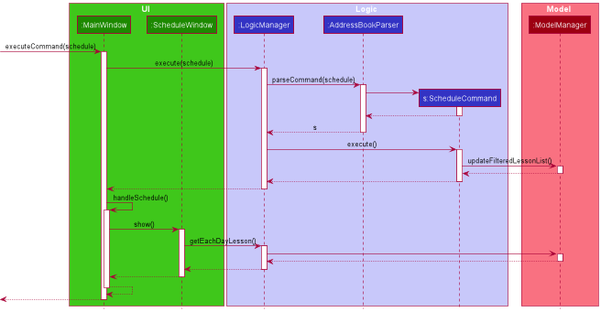
Above: docs/images/ScheduleSequenceDiagram.png in nus-cs2103-AY2021S2/tp (PlantUML), before the change.
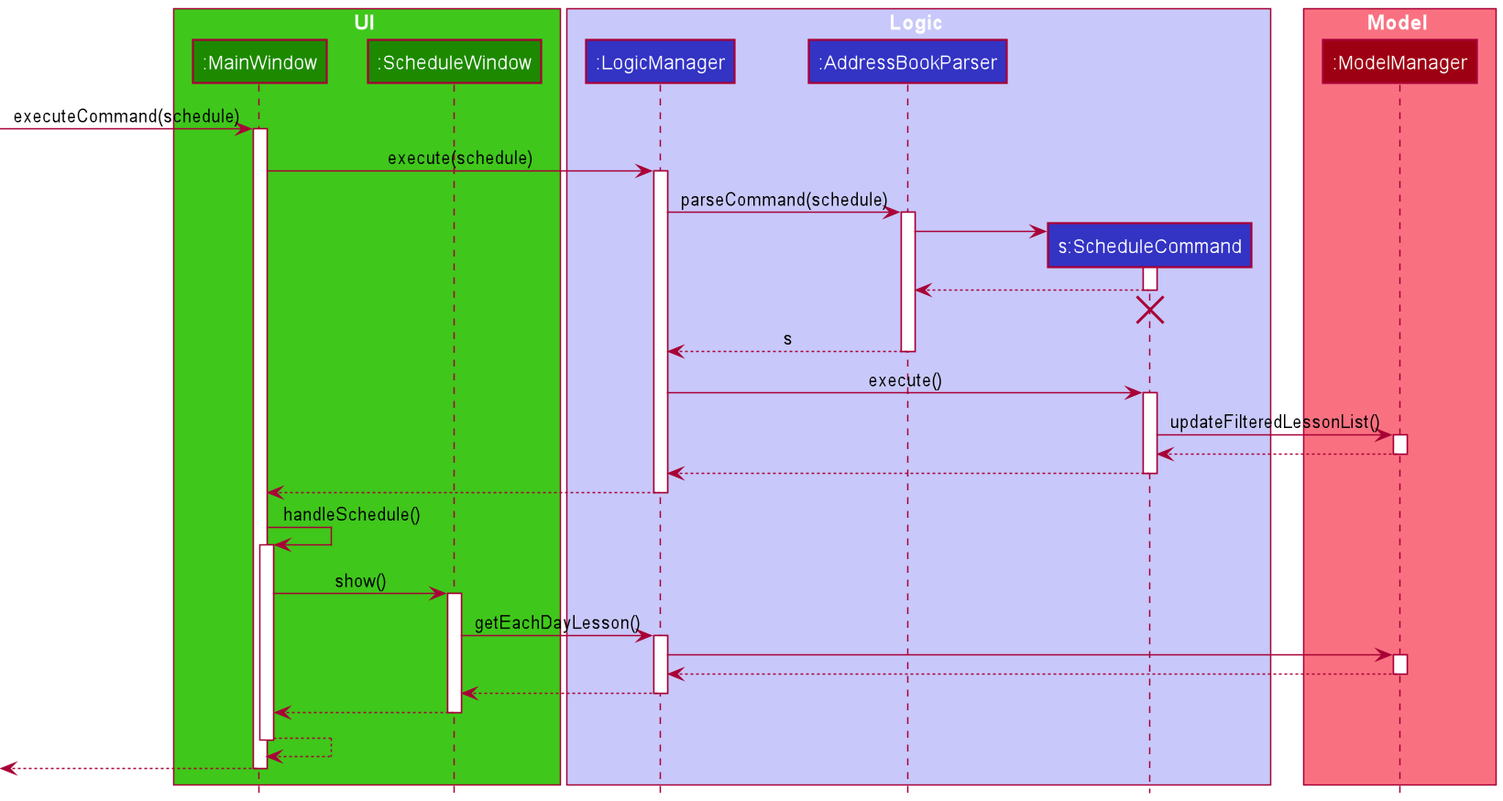
After the commit.

The edit, as a diff of the source:
```diff
@@ -31,6 +31,8 @@
 
 ScheduleCommand --> AddressBookParser
 deactivate ScheduleCommand
+ScheduleCommand -[hidden]-> AddressBookParser
+destroy ScheduleCommand
 
 AddressBookParser --> LogicManager : s
 deactivate AddressBookParser
```
